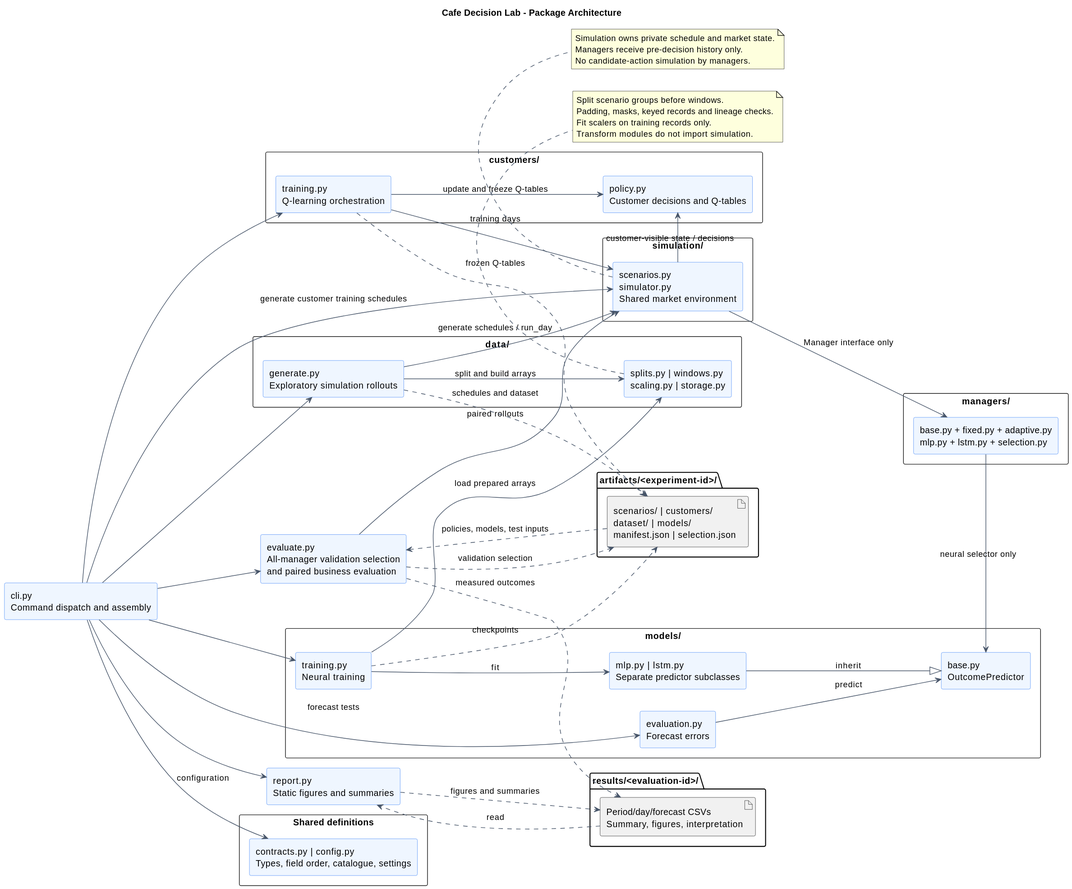
Above: docs/architecture/diagrams/rendered/cafe_architecture.svg in enzo-dosanjos/cafe-decision-lab (PlantUML), before the change.
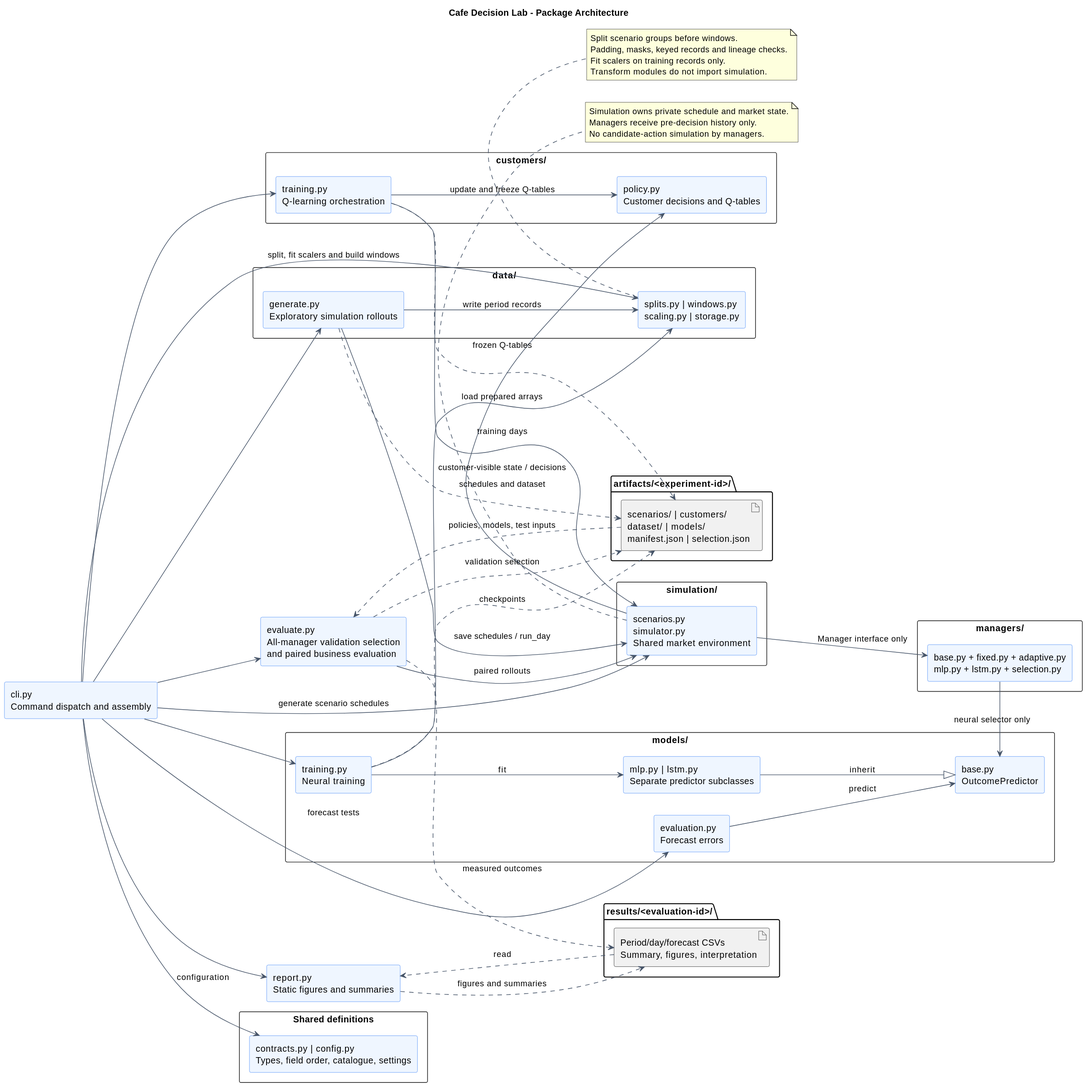
Later version of the same file.

What changed in the source:
```diff
@@ -43,7 +43,7 @@
 }
 
 CLI --> CustomerTrain
-CLI --> Simulation : generate customer training schedules
+CLI --> Simulation : generate scenario schedules
 CLI --> Generate
 CLI --> Train
 CLI --> Evaluate
@@ -55,8 +55,9 @@
 CustomerTrain --> Customers : update and freeze Q-tables
 Managers --> Predictor : neural selector only
 Predictors --|> Predictor : inherit
-Generate --> Simulation : generate schedules / run_day
-Generate --> Prepare : split and build arrays
+Generate --> Simulation : save schedules / run_day
+Generate --> Prepare : write period records
+CLI --> Prepare : split, fit scalers and build windows
 Train --> Predictors : fit
 Train --> Prepare : load prepared arrays
 Forecast --> Predictor : predict
```
